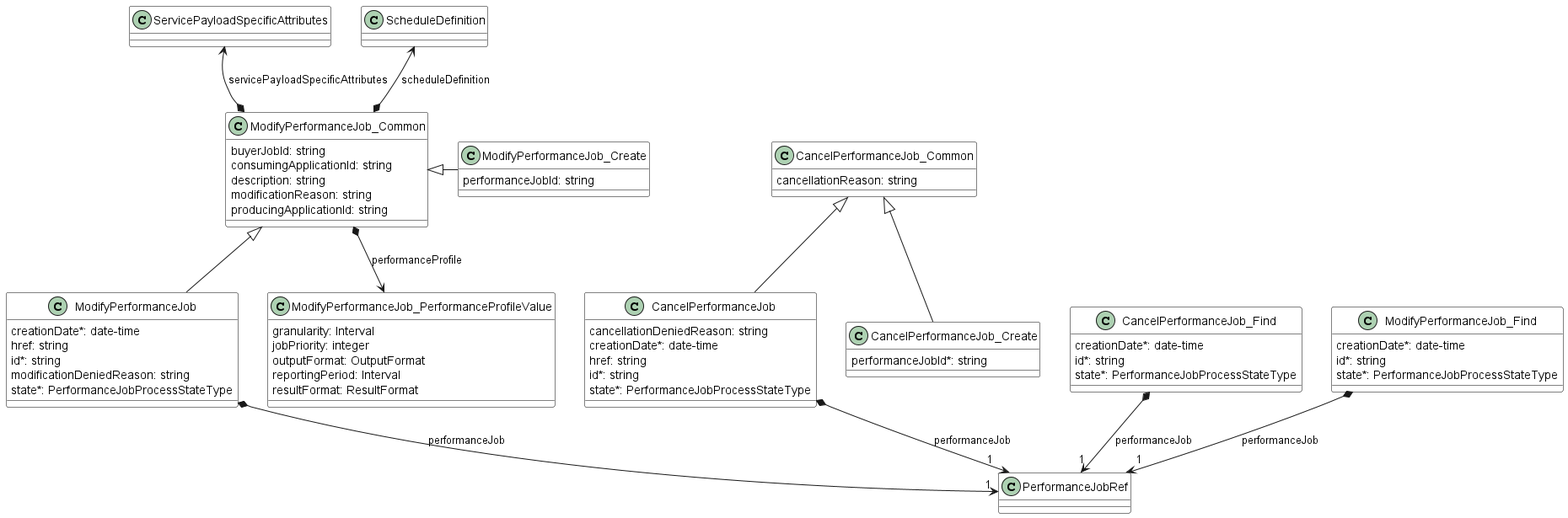
Earlier version of the PlantUML export documentation/serviceApi/pm/performance/media/performanceMonitoringDataModelPart2.png (MEF-GIT/MEF-LSO-Legato-SDK).
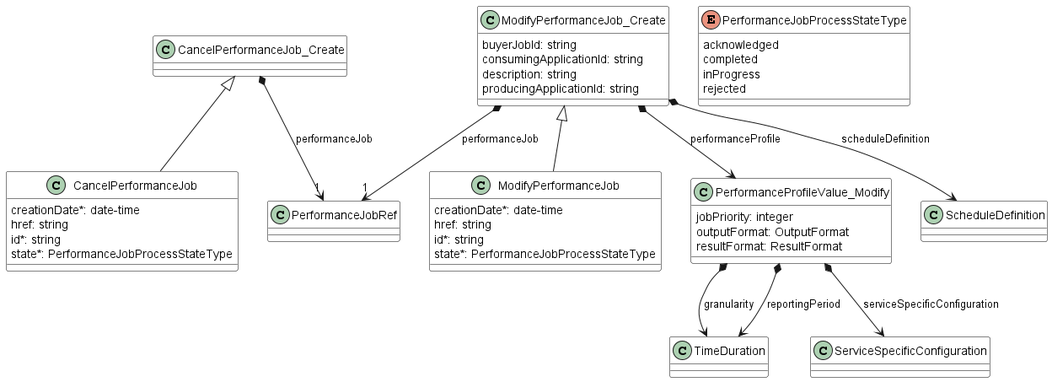
Above is the later version.

Change to the diagram source:
```diff
@@ -5,76 +5,64 @@
 }
 
 
+
 class CancelPerformanceJob {
-    cancellationDeniedReason: string
+
     creationDate*: date-time
     href: string
     id*: string
     state*: PerformanceJobProcessStateType
 }
-CancelPerformanceJob_Common <|-- CancelPerformanceJob
+CancelPerformanceJob_Create <|-- CancelPerformanceJob
 
-CancelPerformanceJob *-->"1" PerformanceJobRef : performanceJob
 
-class CancelPerformanceJob_Common {
-    cancellationReason: string
+
+class CancelPerformanceJob_Create {
+
 }
 
-class CancelPerformanceJob_Create {
-    performanceJobId*: string
-}
-CancelPerformanceJob_Common <|-- CancelPerformanceJob_Create
+CancelPerformanceJob_Create *-->"1" PerformanceJobRef : performanceJob
 
-class CancelPerformanceJob_Find {
+class ModifyPerformanceJob {
+
     creationDate*: date-time
+    href: string
     id*: string
     state*: PerformanceJobProcessStateType
 }
+ModifyPerformanceJob_Create <|-- ModifyPerformanceJob
 
-CancelPerformanceJob_Find *-->"1" PerformanceJobRef : performanceJob
 
-class ModifyPerformanceJob {
-    creationDate*: date-time
-    href: string
-    id*: string
-    modificationDeniedReason: string
-    state*: PerformanceJobProcessStateType
-}
-ModifyPerformanceJob_Common <|-- ModifyPerformanceJob
 
-ModifyPerformanceJob *-->"1" PerformanceJobRef : performanceJob
+class ModifyPerformanceJob_Create {
 
-class ModifyPerformanceJob_Common {
     buyerJobId: string
     consumingApplicationId: string
     description: string
-    modificationReason: string
     producingApplicationId: string
 }
 
-ModifyPerformanceJob_Common *--> ModifyPerformanceJob_PerformanceProfileValue : performanceProfile
-ModifyPerformanceJob_Common *-u-> ScheduleDefinition : scheduleDefinition
-ModifyPerformanceJob_Common *-u-> ServicePayloadSpecificAttributes : servicePayloadSpecificAttributes
+ModifyPerformanceJob_Create *-->"1" PerformanceJobRef : performanceJob
+ModifyPerformanceJob_Create *--> PerformanceProfileValue_Modify : performanceProfile
+ModifyPerformanceJob_Create *--> ScheduleDefinition : scheduleDefinition
 
-class ModifyPerformanceJob_Create {
-    performanceJobId: string
-}
-ModifyPerformanceJob_Common <|-r- ModifyPerformanceJob_Create
 
-class ModifyPerformanceJob_Find {
-    creationDate*: date-time
-    id*: string
-    state*: PerformanceJobProcessStateType
+class PerformanceProfileValue_Modify {
+
+    jobPriority: integer
+    outputFormat: OutputFormat
+    resultFormat: ResultFormat
 }
 
-ModifyPerformanceJob_Find *-->"1" PerformanceJobRef : performanceJob
+PerformanceProfileValue_Modify *--> TimeDuration : granularity
+PerformanceProfileValue_Modify *--> TimeDuration : reportingPeriod
+PerformanceProfileValue_Modify *--> ServiceSpecificConfiguration : serviceSpecificConfiguration
 
-class ModifyPerformanceJob_PerformanceProfileValue {
-    granularity: Interval
-    jobPriority: integer
-    outputFormat: OutputFormat
-    reportingPeriod: Interval
-    resultFormat: ResultFormat
+enum PerformanceJobProcessStateType {
+    acknowledged
+    completed
+    inProgress
+    rejected
 }
 
 
```
